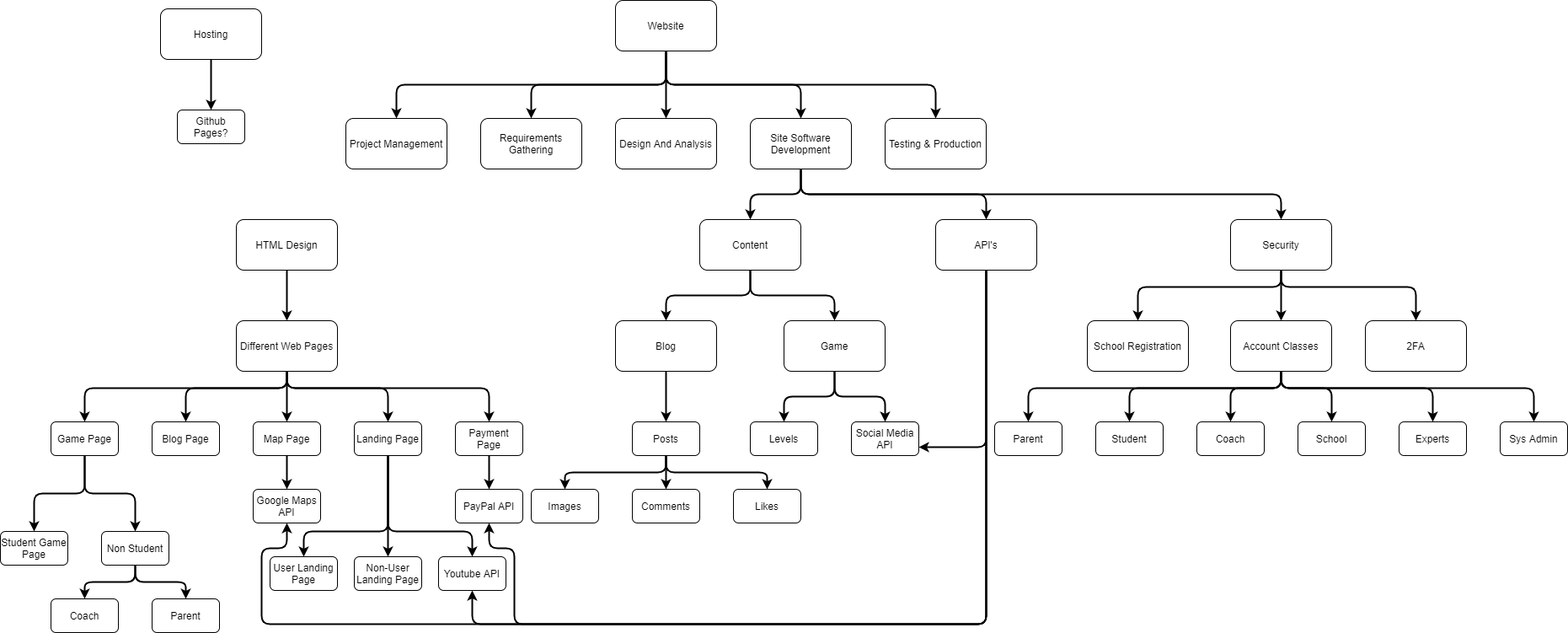
Before: Deliverables/Week_5/Work Breakdown Structure.png, a diagram exported from draw.io (Hanandrof/Group-3-Repository). Source tidied: cells renumbered, new cells last; positions are measured from the earlier drawing's top-left corner, leaving out a move shared by most shapes.
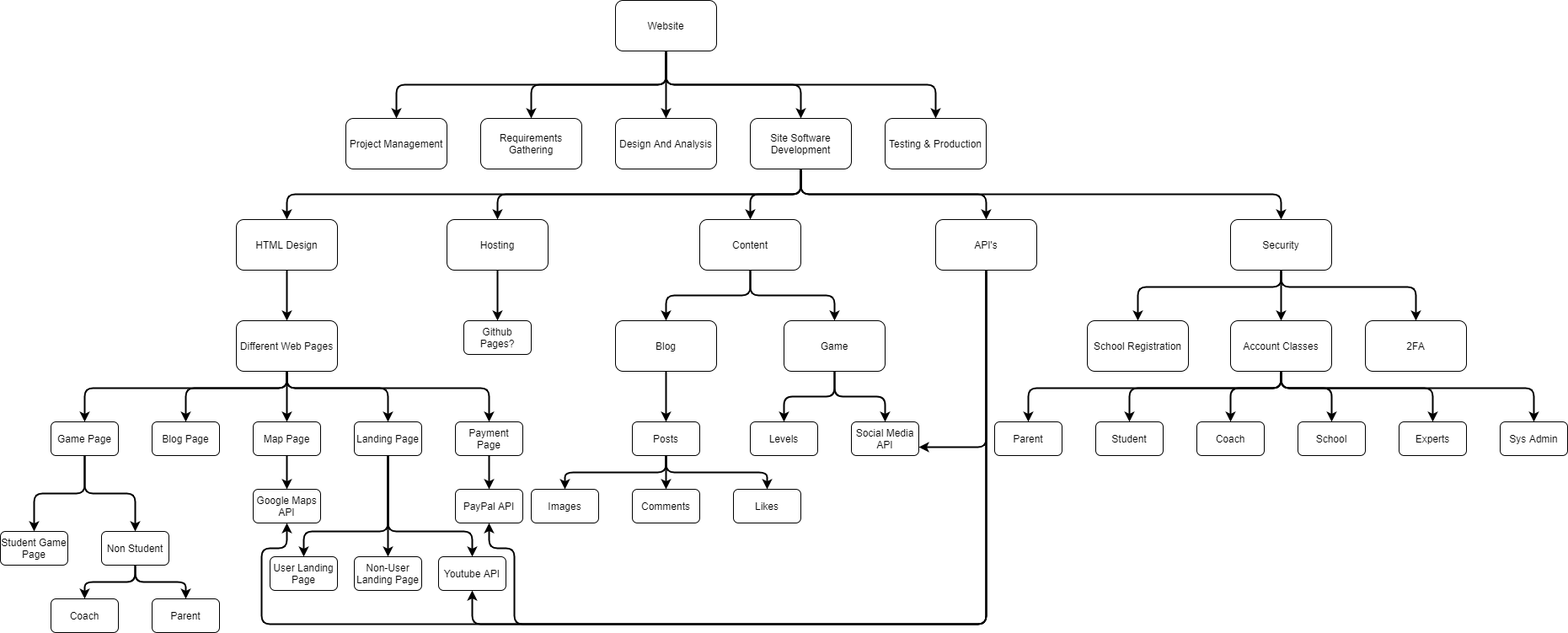
Above is the later version.

Diff of the diagram source:
```diff
@@ -95,7 +95,7 @@
       <mxGeometry relative="1" as="geometry" />
     </mxCell>
     <mxCell id="16" value="Hosting" style="rounded=1;whiteSpace=wrap;html=1;" parent="1" vertex="1">
-      <mxGeometry x="190" y="10" width="120" height="60" as="geometry" />
+      <mxGeometry x="530" y="260" width="120" height="60" as="geometry" />
     </mxCell>
     <mxCell id="17" style="edgeStyle=orthogonalEdgeStyle;rounded=1;jettySize=auto;html=1;strokeWidth=2;" parent="1" edge="1" source="22" target="41">
       <mxGeometry relative="1" as="geometry">
@@ -169,7 +169,7 @@
       <mxGeometry x="1780" y="500" width="80" height="40" as="geometry" />
     </mxCell>
     <mxCell id="34" value="Github Pages?" style="rounded=1;whiteSpace=wrap;html=1;" parent="1" vertex="1">
-      <mxGeometry x="210" y="130" width="80" height="40" as="geometry" />
+      <mxGeometry x="550" y="380" width="80" height="40" as="geometry" />
     </mxCell>
     <mxCell id="35" style="edgeStyle=orthogonalEdgeStyle;rounded=1;jettySize=auto;html=1;entryX=0.5;entryY=0;entryDx=0;entryDy=0;strokeWidth=2;" parent="1" edge="1" source="38" target="77">
       <mxGeometry relative="1" as="geometry">
@@ -279,6 +279,22 @@
         </Array>
       </mxGeometry>
     </mxCell>
+    <mxCell id="91" style="edgeStyle=orthogonalEdgeStyle;rounded=1;jettySize=auto;html=1;entryX=0.5;entryY=0;entryDx=0;entryDy=0;strokeWidth=2;" parent="1" edge="1" source="61" target="64">
+      <mxGeometry relative="1" as="geometry">
+        <Array as="points">
+          <mxPoint x="950" y="230" />
+          <mxPoint x="340" y="230" />
+        </Array>
+      </mxGeometry>
+    </mxCell>
+    <mxCell id="92" style="edgeStyle=orthogonalEdgeStyle;rounded=1;jettySize=auto;html=1;strokeWidth=2;" parent="1" edge="1" source="61" target="16">
+      <mxGeometry relative="1" as="geometry">
+        <Array as="points">
+          <mxPoint x="950" y="230" />
+          <mxPoint x="590" y="230" />
+        </Array>
+      </mxGeometry>
+    </mxCell>
     <mxCell id="61" value="Site Software Development" style="rounded=1;whiteSpace=wrap;html=1;" parent="1" vertex="1">
       <mxGeometry x="890" y="140" width="120" height="60" as="geometry" />
     </mxCell>
```
